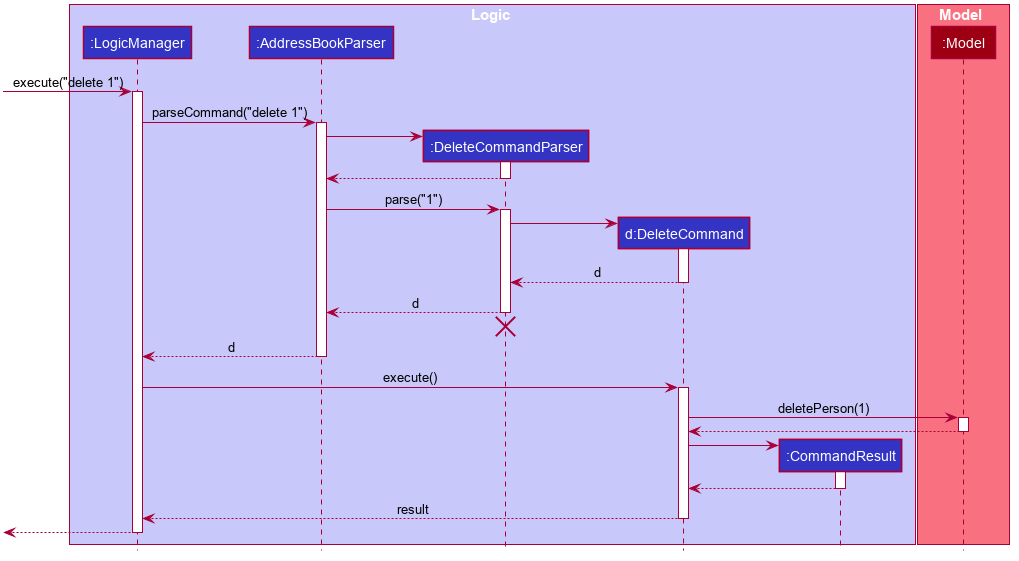
Before: docs/images/DeleteSequenceDiagram.png, a diagram exported from PlantUML (nus-cs2103-AY2021S2/tp).
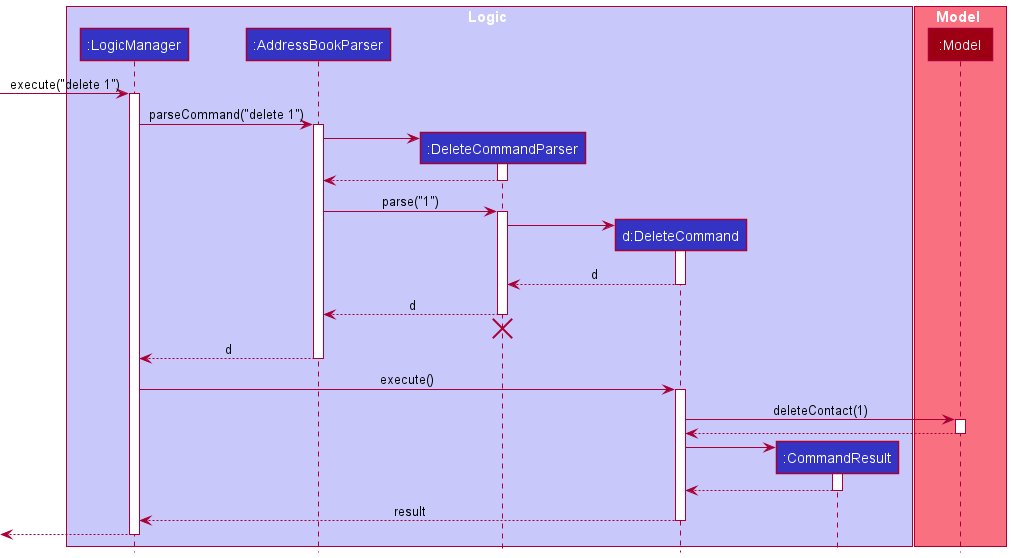
Later version of the same file.

Change to the diagram source:
```diff
@@ -1,63 +1,16 @@
 @startuml
+!include style.puml
 
-
-
-
-
-
-
-
-skinparam BackgroundColor #FFFFFFF
-
-skinparam Shadowing false
-
-skinparam Class {
-    FontColor #FFFFFF
-    BorderThickness 1
-    BorderColor #FFFFFF
-    StereotypeFontColor #FFFFFF
-    FontName Arial
-}
-
-skinparam Actor {
-    BorderColor #000000
-    Color #000000
-    FontName Arial
-}
-
-skinparam Sequence {
-    MessageAlign center
-    BoxFontSize 15
-    BoxPadding 0
-    BoxFontColor #FFFFFF
-    FontName Arial
-}
-
-skinparam Participant {
-    FontColor #FFFFFFF
-    Padding 20
-}
-
-skinparam MinClassWidth 50
-skinparam ParticipantPadding 10
-skinparam Shadowing false
-skinparam DefaultTextAlignment center
-skinparam packageStyle Rectangle
-
-hide footbox
-hide members
-hide circle
-
-box Logic #C8C8FA
-participant ":LogicManager" as LogicManager #3333C4
-participant ":AddressBookParser" as AddressBookParser #3333C4
-participant ":DeleteCommandParser" as DeleteCommandParser #3333C4
-participant "d:DeleteCommand" as DeleteCommand #3333C4
-participant ":CommandResult" as CommandResult #3333C4
+box Logic LOGIC_COLOR_T1
+participant ":LogicManager" as LogicManager LOGIC_COLOR
+participant ":AddressBookParser" as AddressBookParser LOGIC_COLOR
+participant ":DeleteCommandParser" as DeleteCommandParser LOGIC_COLOR
+participant "d:DeleteCommand" as DeleteCommand LOGIC_COLOR
+participant ":CommandResult" as CommandResult LOGIC_COLOR
 end box
 
-box Model #F97181
-participant ":Model" as Model #9D0012
+box Model MODEL_COLOR_T1
+participant ":Model" as Model MODEL_COLOR
 end box
 
 [-> LogicManager : execute("delete 1")
@@ -94,7 +47,7 @@
 LogicManager -> DeleteCommand : execute()
 activate DeleteCommand
 
-DeleteCommand -> Model : deletePerson(1)
+DeleteCommand -> Model : deleteContact(1)
 activate Model
 
 Model --> DeleteCommand
```
